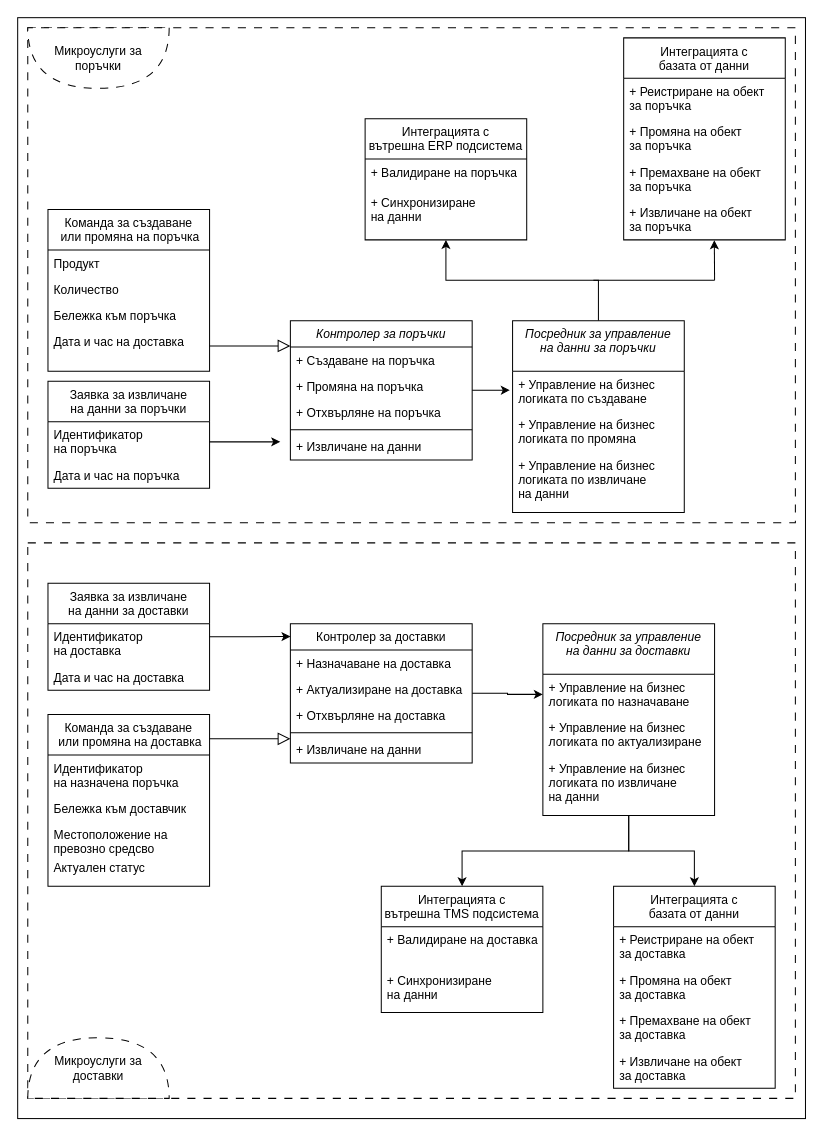
The draw.io diagram Chapter2/ClassDiagram.drawio in profjordanov/phd, before the edit. Source tidied: cells renumbered, new cells numbered last; positions are measured from the earlier drawing's top-left corner, leaving out a move shared by most shapes. Both pictures are drawn from the tidied source at 101%, with x=0, y=0 at pixel (17, 17).
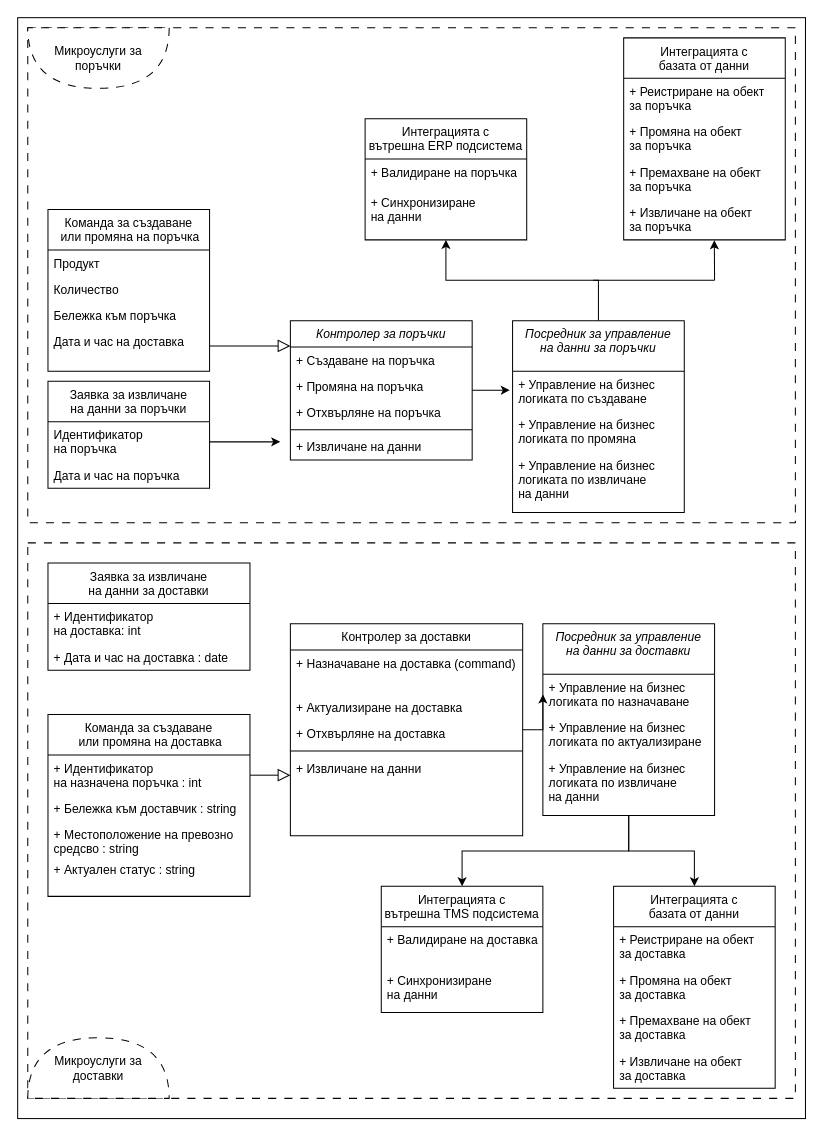
After the change.

Diff of the diagram source:
```diff
@@
     <mxCell id="33" value="Контролер за доставки" style="swimlane;fontStyle=0;align=center;verticalAlign=top;horizontal=1;startSize=26;rounded=0;shadow=0;strokeWidth=1;" parent="1" vertex="1">
-      <mxGeometry x="270" y="600" width="180" height="138" as="geometry" />
+      <mxGeometry x="270" y="600" width="230" height="210" as="geometry" />
     </mxCell>
-    <mxCell id="34" value="+ Назначаване на доставка" style="text;align=left;verticalAlign=top;spacingLeft=4;spacingRight=4;overflow=hidden;" parent="33" vertex="1">
-      <mxGeometry y="26" width="180" height="26" as="geometry" />
+    <mxCell id="34" value="+ Назначаване на доставка (command)" style="text;align=left;verticalAlign=top;spacingLeft=4;spacingRight=4;overflow=hidden;" parent="33" vertex="1">
+      <mxGeometry y="26" width="230" height="44" as="geometry" />
     </mxCell>
     <mxCell id="35" value="+ Актуализиране на доставка" style="text;align=left;verticalAlign=top;spacingLeft=4;spacingRight=4;overflow=hidden;rounded=0;shadow=0;html=0;" parent="33" vertex="1">
-      <mxGeometry y="52" width="180" height="26" as="geometry" />
+      <mxGeometry y="70" width="230" height="26" as="geometry" />
     </mxCell>
     <mxCell id="36" value="+ Отхвърляне на доставка" style="text;align=left;verticalAlign=top;spacingLeft=4;spacingRight=4;overflow=hidden;rounded=0;shadow=0;html=0;" parent="33" vertex="1">
-      <mxGeometry y="78" width="180" height="26" as="geometry" />
+      <mxGeometry y="96" width="230" height="26" as="geometry" />
     </mxCell>
     <mxCell id="37" style="line;html=1;strokeWidth=1;align=left;verticalAlign=middle;spacingTop=-1;spacingLeft=3;spacingRight=3;labelPosition=right;" parent="33" vertex="1">
-      <mxGeometry y="104" width="180" height="8" as="geometry" />
+      <mxGeometry y="122" width="230" height="8" as="geometry" />
     </mxCell>
     <mxCell id="38" value="+ Извличане на данни" style="text;align=left;verticalAlign=top;spacingLeft=4;spacingRight=4;overflow=hidden;" parent="33" vertex="1">
-      <mxGeometry y="112" width="180" height="26" as="geometry" />
+      <mxGeometry y="130" width="230" height="26" as="geometry" />
     </mxCell>
     <mxCell id="39" value="Команда за създаване&#10; или промяна на доставка" style="swimlane;fontStyle=0;align=center;verticalAlign=top;horizontal=1;startSize=40;rounded=0;shadow=0;strokeWidth=1;" parent="1" vertex="1">
-      <mxGeometry x="30" y="690" width="160" height="170" as="geometry" />
+      <mxGeometry x="30" y="690" width="200" height="180" as="geometry" />
     </mxCell>
-    <mxCell id="40" value="Идентификатор&#10;на назначена поръчка" style="text;align=left;verticalAlign=top;spacingLeft=4;spacingRight=4;overflow=hidden;" parent="39" vertex="1">
-      <mxGeometry y="40" width="160" height="40" as="geometry" />
+    <mxCell id="40" value="+ Идентификатор&#10;на назначена поръчка : int" style="text;align=left;verticalAlign=top;spacingLeft=4;spacingRight=4;overflow=hidden;" parent="39" vertex="1">
+      <mxGeometry y="40" width="200" height="40" as="geometry" />
     </mxCell>
-    <mxCell id="41" value="Бележка към доставчик" style="text;align=left;verticalAlign=top;spacingLeft=4;spacingRight=4;overflow=hidden;rounded=0;shadow=0;html=0;" parent="39" vertex="1">
-      <mxGeometry y="80" width="160" height="26" as="geometry" />
+    <mxCell id="41" value="+ Бележка към доставчик : string" style="text;align=left;verticalAlign=top;spacingLeft=4;spacingRight=4;overflow=hidden;rounded=0;shadow=0;html=0;" parent="39" vertex="1">
+      <mxGeometry y="80" width="200" height="26" as="geometry" />
     </mxCell>
-    <mxCell id="42" value="Местоположение на &#10;превозно средсво" style="text;align=left;verticalAlign=top;spacingLeft=4;spacingRight=4;overflow=hidden;rounded=0;shadow=0;html=0;" parent="39" vertex="1">
-      <mxGeometry y="106" width="160" height="32" as="geometry" />
+    <mxCell id="42" value="+ Местоположение на превозно&#10;средсво : string" style="text;align=left;verticalAlign=top;spacingLeft=4;spacingRight=4;overflow=hidden;rounded=0;shadow=0;html=0;" parent="39" vertex="1">
+      <mxGeometry y="106" width="200" height="34" as="geometry" />
     </mxCell>
-    <mxCell id="43" value="Актуален статус" style="text;align=left;verticalAlign=top;spacingLeft=4;spacingRight=4;overflow=hidden;rounded=0;shadow=0;html=0;" parent="39" vertex="1">
-      <mxGeometry y="138" width="160" height="26" as="geometry" />
+    <mxCell id="43" value="+ Актуален статус : string" style="text;align=left;verticalAlign=top;spacingLeft=4;spacingRight=4;overflow=hidden;rounded=0;shadow=0;html=0;" parent="39" vertex="1">
+      <mxGeometry y="140" width="200" height="26" as="geometry" />
     </mxCell>
@@
     <mxCell id="63" value="Заявка за извличане&#10;на данни за доставки" style="swimlane;fontStyle=0;align=center;verticalAlign=top;horizontal=1;startSize=40;rounded=0;shadow=0;strokeWidth=1;" parent="1" vertex="1">
-      <mxGeometry x="30" y="560" width="160" height="106" as="geometry" />
+      <mxGeometry x="30" y="540" width="200" height="106" as="geometry" />
     </mxCell>
-    <mxCell id="64" value="Идентификатор &#10;на доставка" style="text;align=left;verticalAlign=top;spacingLeft=4;spacingRight=4;overflow=hidden;" parent="63" vertex="1">
-      <mxGeometry y="40" width="160" height="40" as="geometry" />
+    <mxCell id="64" value="+ Идентификатор &#10;на доставка: int" style="text;align=left;verticalAlign=top;spacingLeft=4;spacingRight=4;overflow=hidden;" parent="63" vertex="1">
+      <mxGeometry y="40" width="200" height="40" as="geometry" />
     </mxCell>
-    <mxCell id="65" value="Дата и час на доставка" style="text;align=left;verticalAlign=top;spacingLeft=4;spacingRight=4;overflow=hidden;rounded=0;shadow=0;html=0;" parent="63" vertex="1">
-      <mxGeometry y="80" width="160" height="26" as="geometry" />
+    <mxCell id="65" value="+ Дата и час на доставка : date" style="text;align=left;verticalAlign=top;spacingLeft=4;spacingRight=4;overflow=hidden;rounded=0;shadow=0;html=0;" parent="63" vertex="1">
+      <mxGeometry y="80" width="200" height="26" as="geometry" />
     </mxCell>
-    <mxCell id="66" style="edgeStyle=orthogonalEdgeStyle;rounded=0;jettySize=auto;html=1;entryX=0.001;entryY=0.092;entryDx=0;entryDy=0;entryPerimeter=0;" parent="1" edge="1" source="63" target="33">
-      <mxGeometry relative="1" as="geometry" />
-    </mxCell>
```
